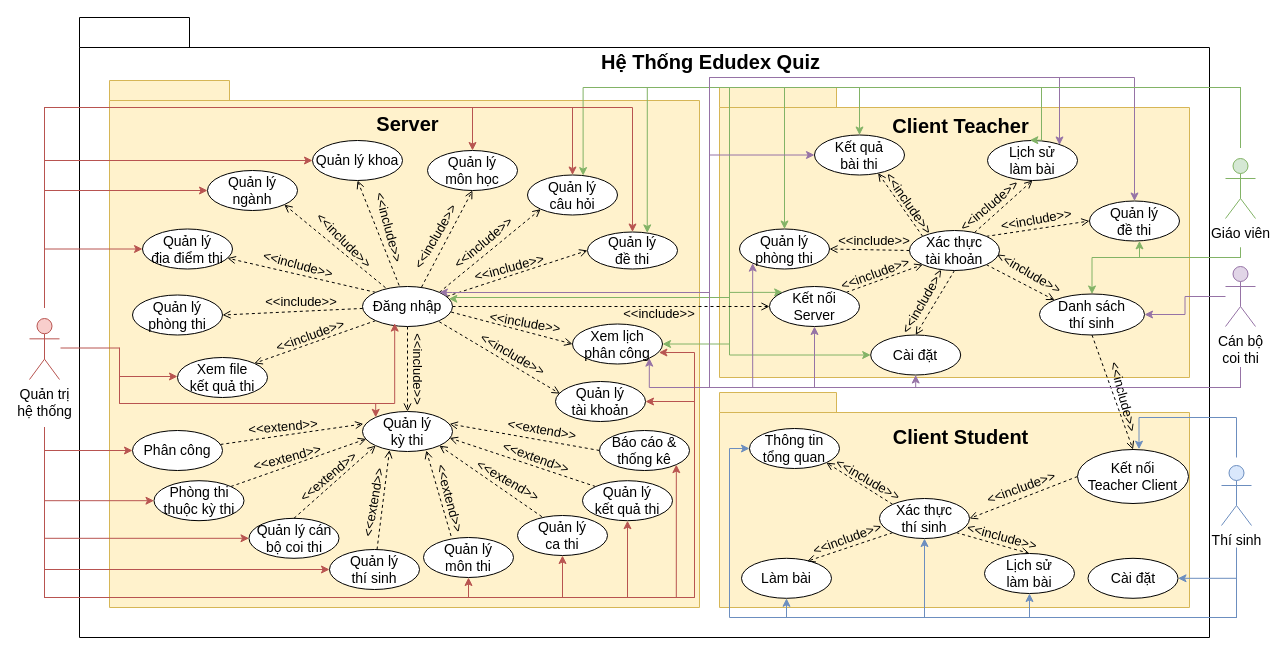
This is document/temp/draw/usecase_tong_quat.drawio from copecute/Edudex-Quiz, a draw.io file, before an edit. Source tidied: cells renumbered, new cells numbered last; positions are measured from the earlier drawing's top-left corner, leaving out a move shared by most shapes. Both pictures are drawn from the tidied source at 100%, with x=0, y=0 at pixel (29, 17).
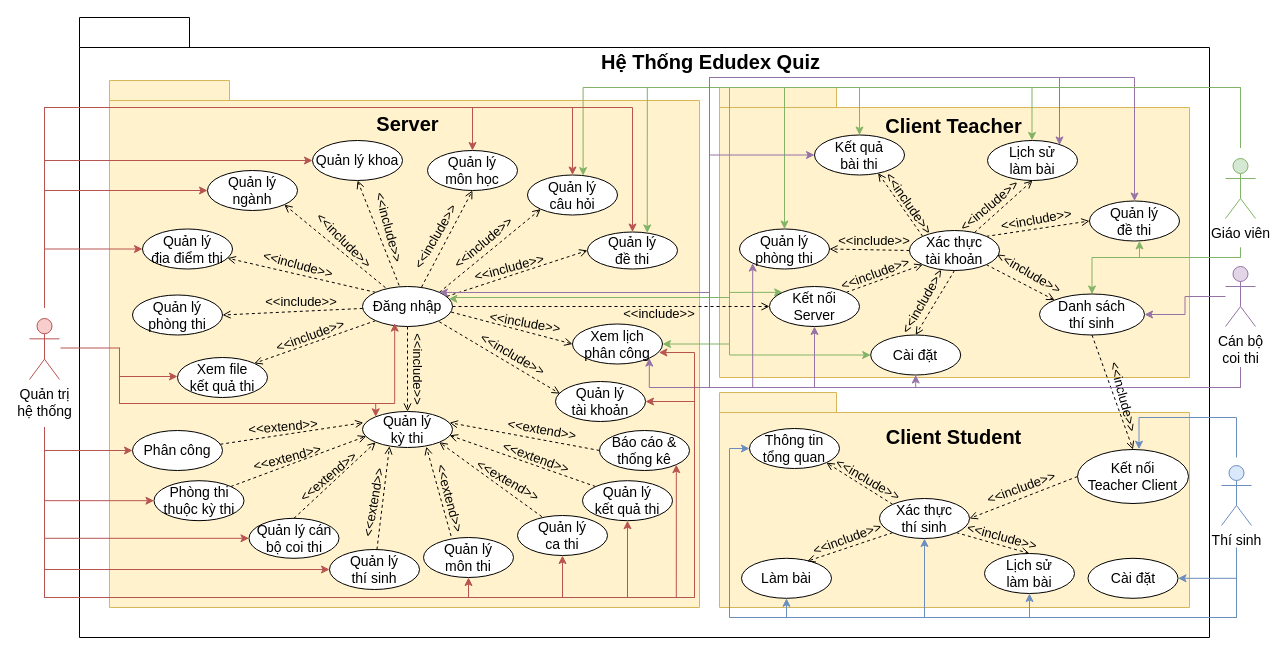
The same page after the edit.

Commit message (it also covers changes not shown here):
Docs: thêm ảnh chụp màn hình vào PTTKHT Edudex Quiz.docx

The edit, as a diff of the source:
```diff
@@
     <mxCell id="30" value="&lt;font style=&quot;font-size: 20px;&quot;&gt;Client Teacher&lt;/font&gt;" style="text;html=1;strokeColor=none;fillColor=none;align=center;verticalAlign=middle;whiteSpace=wrap;rounded=0;fontSize=20;fontStyle=1;" parent="1" vertex="1">
-      <mxGeometry x="834" y="93" width="195" height="30" as="geometry" />
+      <mxGeometry x="827" y="93" width="195" height="30" as="geometry" />
     </mxCell>
@@
     <mxCell id="32" value="&lt;font style=&quot;font-size: 20px;&quot;&gt;Client Student&lt;/font&gt;" style="text;html=1;strokeColor=none;fillColor=none;align=center;verticalAlign=middle;whiteSpace=wrap;rounded=0;fontSize=20;fontStyle=1;" parent="1" vertex="1">
-      <mxGeometry x="834" y="404" width="195" height="30" as="geometry" />
+      <mxGeometry x="827" y="404" width="195" height="30" as="geometry" />
     </mxCell>
@@
     <mxCell id="64" value="Quản lý&lt;br style=&quot;font-size: 14px;&quot;&gt;kỳ thi" style="ellipse;whiteSpace=wrap;html=1;fontSize=14;" parent="1" vertex="1">
-      <mxGeometry x="333" y="394" width="90" height="40" as="geometry" />
+      <mxGeometry x="333" y="394" width="90" height="36" as="geometry" />
     </mxCell>
@@
-    <mxCell id="155" style="edgeStyle=orthogonalEdgeStyle;rounded=0;jettySize=auto;html=1;entryX=0.853;entryY=0.989;entryDx=0;entryDy=0;entryPerimeter=0;fillColor=#d5e8d4;strokeColor=#82b366;" parent="1" edge="1" target="30">
+    <mxCell id="155" style="edgeStyle=orthogonalEdgeStyle;rounded=0;jettySize=auto;html=1;entryX=0.9;entryY=0.998;entryDx=0;entryDy=0;entryPerimeter=0;fillColor=#d5e8d4;strokeColor=#82b366;" parent="1" edge="1" target="30">
       <mxGeometry relative="1" as="geometry">
         <mxPoint x="1211" y="130" as="sourcePoint" />
         <Array as="points">
           <mxPoint x="1211" y="70" />
-          <mxPoint x="1012" y="70" />
-          <mxPoint x="1012" y="123" />
+          <mxPoint x="1003" y="70" />
+          <mxPoint x="1003" y="123" />
         </Array>
       </mxGeometry>
     </mxCell>
```
